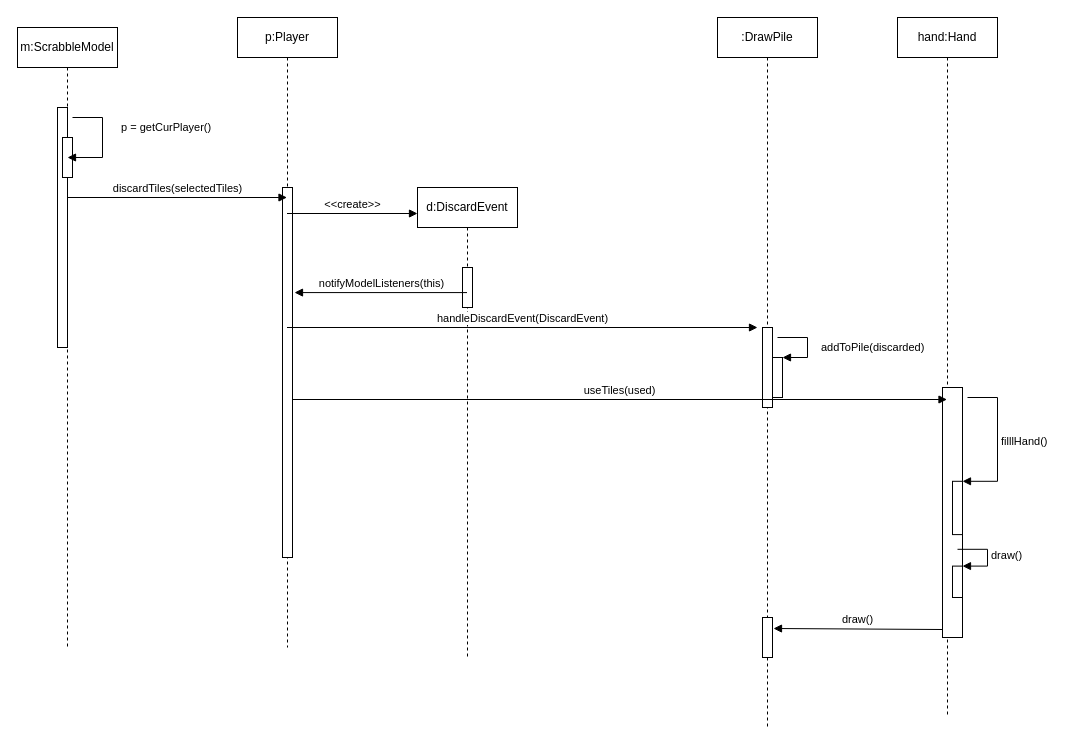
The draw.io diagram UML/SequenceDiagrams/handleDiscardSequence.drawio in trk20/Scuffle, before the edit. Source tidied: cells renumbered, new cells numbered last; positions are measured from the earlier drawing's top-left corner, leaving out a move shared by most shapes. Both pictures are drawn from the tidied source at 100%, with x=0, y=0 at pixel (17, 17).
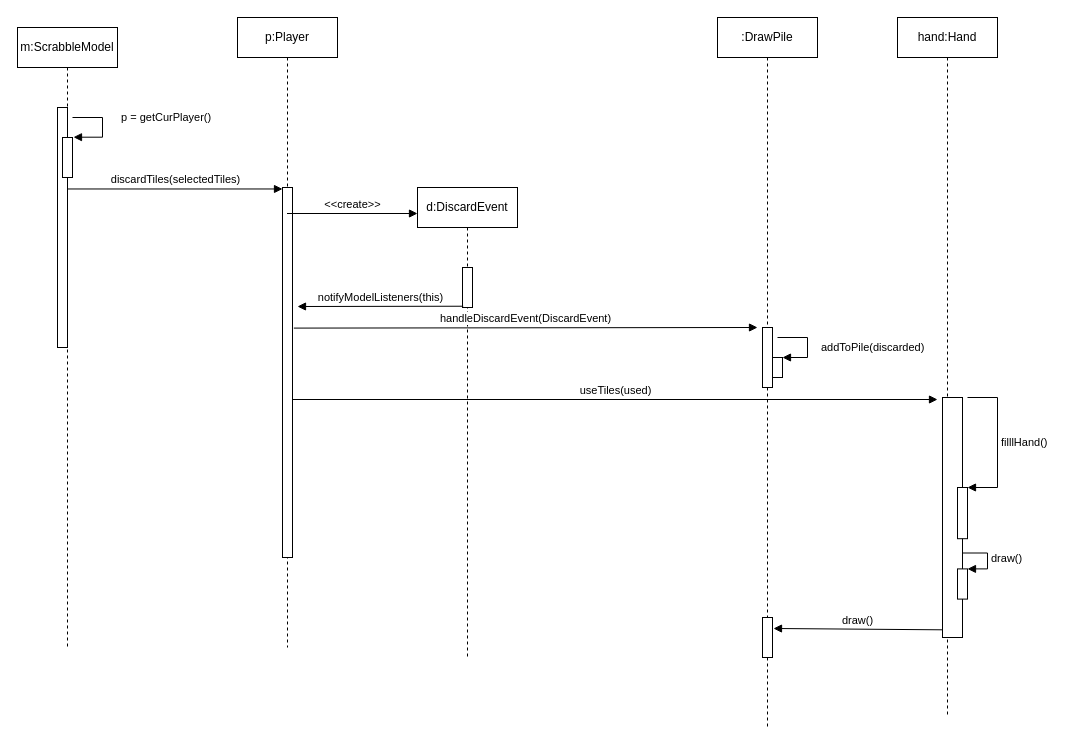
The same diagram, later.

Commit message (it also covers changes not shown here):
-Added pngs for remaining sequence diagrams -cleaned up a few diagrams

The change refers to these unchanged cells:
```xml
<mxCell id="2" value="m:ScrabbleModel" style="shape=umlLifeline;perimeter=lifelinePerimeter;whiteSpace=wrap;html=1;" parent="1" vertex="1">
  <mxGeometry y="10" width="100" height="620" as="geometry" />
</mxCell>
<mxCell id="3" style="html=1;points=[];perimeter=orthogonalPerimeter;" parent="2" vertex="1">
  <mxGeometry x="40" y="80" width="10" height="240" as="geometry" />
</mxCell>
<mxCell id="4" style="html=1;points=[];perimeter=orthogonalPerimeter;" parent="2" vertex="1">
  <mxGeometry x="45" y="110" width="10" height="40" as="geometry" />
</mxCell>
<mxCell id="6" value="p:Player" style="shape=umlLifeline;perimeter=lifelinePerimeter;whiteSpace=wrap;html=1;outlineConnect=0;" parent="1" vertex="1">
  <mxGeometry x="220" width="100" height="630" as="geometry" />
</mxCell>
<mxCell id="7" style="html=1;points=[];perimeter=orthogonalPerimeter;" parent="6" vertex="1">
  <mxGeometry x="45" y="170" width="10" height="370" as="geometry" />
</mxCell>
<mxCell id="10" value="d:DiscardEvent" style="shape=umlLifeline;perimeter=lifelinePerimeter;whiteSpace=wrap;html=1;outlineConnect=0;" parent="1" vertex="1">
  <mxGeometry x="400" y="170" width="100" height="470" as="geometry" />
</mxCell>
<mxCell id="11" style="html=1;points=[];perimeter=orthogonalPerimeter;" parent="10" vertex="1">
  <mxGeometry x="45" y="80" width="10" height="40" as="geometry" />
</mxCell>
<mxCell id="13" value=":DrawPile" style="shape=umlLifeline;perimeter=lifelinePerimeter;whiteSpace=wrap;html=1;" parent="1" vertex="1">
  <mxGeometry x="700" width="100" height="710" as="geometry" />
</mxCell>
<mxCell id="19" value="hand:Hand" style="shape=umlLifeline;perimeter=lifelinePerimeter;whiteSpace=wrap;html=1;outlineConnect=0;" parent="1" vertex="1">
  <mxGeometry x="880" width="100" height="700" as="geometry" />
</mxCell>
```

The edit, as a diff of the source:
```diff
@@
-    <mxCell id="5" value="p = getCurPlayer()" style="edgeStyle=orthogonalEdgeStyle;html=1;align=left;spacingLeft=2;endArrow=block;rounded=0;entryX=1;entryY=0;" parent="2" edge="1">
+    <mxCell id="5" value="p = getCurPlayer()" style="edgeStyle=orthogonalEdgeStyle;html=1;align=left;spacingLeft=2;endArrow=block;rounded=0;entryX=1.1;entryY=-0.008;entryDx=0;entryDy=0;entryPerimeter=0;" parent="2" edge="1" target="4">
       <mxGeometry x="-0.24" y="15" relative="1" as="geometry">
         <mxPoint x="55" y="90" as="sourcePoint" />
-        <mxPoint x="50" y="130" as="targetPoint" />
         <Array as="points">
           <mxPoint x="85" y="90" />
+          <mxPoint x="85" y="110" />
         </Array>
       </mxGeometry>
     </mxCell>
@@
-    <mxCell id="8" value="discardTiles(selectedTiles)" style="html=1;verticalAlign=bottom;endArrow=block;rounded=0;" parent="1" edge="1" target="6">
-      <mxGeometry relative="1" as="geometry">
-        <mxPoint x="50" y="180" as="sourcePoint" />
-      </mxGeometry>
+    <mxCell id="8" value="discardTiles(selectedTiles)" style="html=1;verticalAlign=bottom;endArrow=block;rounded=0;entryX=0;entryY=0.004;entryDx=0;entryDy=0;entryPerimeter=0;" parent="1" edge="1" source="3" target="7">
+      <mxGeometry relative="1" as="geometry" />
     </mxCell>
@@
-    <mxCell id="12" value="notifyModelListeners(this)" style="html=1;verticalAlign=bottom;endArrow=block;rounded=0;entryX=1.2;entryY=0.284;entryDx=0;entryDy=0;entryPerimeter=0;" parent="1" edge="1" source="10" target="7">
-      <mxGeometry relative="1" as="geometry" />
+    <mxCell id="12" value="notifyModelListeners(this)" style="html=1;verticalAlign=bottom;endArrow=block;rounded=0;exitX=0.072;exitY=0.968;exitDx=0;exitDy=0;exitPerimeter=0;" parent="1" edge="1" source="11">
+      <mxGeometry relative="1" as="geometry">
+        <mxPoint x="280" y="289" as="targetPoint" />
+      </mxGeometry>
     </mxCell>
@@
     <mxCell id="15" style="html=1;perimeter=orthogonalPerimeter;" parent="13" vertex="1">
-      <mxGeometry x="45" y="310" width="10" height="80" as="geometry" />
+      <mxGeometry x="45" y="310" width="10" height="60" as="geometry" />
     </mxCell>
@@
     <mxCell id="17" style="html=1;points=[];perimeter=orthogonalPerimeter;" parent="13" vertex="1">
-      <mxGeometry x="55" y="340" width="10" height="40" as="geometry" />
+      <mxGeometry x="55" y="340" width="10" height="20" as="geometry" />
     </mxCell>
-    <mxCell id="18" value="handleDiscardEvent(DiscardEvent)" style="html=1;verticalAlign=bottom;endArrow=block;rounded=0;" parent="1" edge="1" source="6">
+    <mxCell id="18" value="handleDiscardEvent(DiscardEvent)" style="html=1;verticalAlign=bottom;endArrow=block;rounded=0;exitX=1.133;exitY=0.38;exitDx=0;exitDy=0;exitPerimeter=0;" parent="1" edge="1" source="7">
       <mxGeometry relative="1" as="geometry">
         <mxPoint x="740" y="310" as="targetPoint" />
       </mxGeometry>
     </mxCell>
@@
     <mxCell id="20" style="html=1;points=[];perimeter=orthogonalPerimeter;" parent="19" vertex="1">
-      <mxGeometry x="45" y="370" width="20" height="250" as="geometry" />
+      <mxGeometry x="45" y="380" width="20" height="240" as="geometry" />
     </mxCell>
     <mxCell id="21" style="html=1;points=[];perimeter=orthogonalPerimeter;" parent="20" vertex="1">
-      <mxGeometry x="10" y="93.8" width="10" height="53.3" as="geometry" />
+      <mxGeometry x="15" y="90" width="10" height="51.2" as="geometry" />
     </mxCell>
     <mxCell id="22" style="html=1;points=[];perimeter=orthogonalPerimeter;" parent="20" vertex="1">
-      <mxGeometry x="10" y="178.6" width="10" height="31.4" as="geometry" />
+      <mxGeometry x="15" y="171.4" width="10" height="30.2" as="geometry" />
     </mxCell>
     <mxCell id="23" value="draw()" style="edgeStyle=orthogonalEdgeStyle;html=1;align=left;spacingLeft=2;endArrow=block;rounded=0;entryX=1;entryY=0;" parent="20" edge="1" target="22">
       <mxGeometry relative="1" as="geometry">
-        <mxPoint x="15" y="161.8" as="sourcePoint" />
+        <mxPoint x="20" y="155.5" as="sourcePoint" />
         <Array as="points">
-          <mxPoint x="45" y="161.8" />
+          <mxPoint x="45" y="155.3" />
         </Array>
       </mxGeometry>
     </mxCell>
@@
-    <mxCell id="25" value="useTiles(used)" style="html=1;verticalAlign=bottom;endArrow=block;rounded=0;exitX=1;exitY=0.573;exitDx=0;exitDy=0;exitPerimeter=0;" parent="1" edge="1" source="7" target="19">
-      <mxGeometry relative="1" as="geometry" />
+    <mxCell id="25" value="useTiles(used)" style="html=1;verticalAlign=bottom;endArrow=block;rounded=0;exitX=1;exitY=0.573;exitDx=0;exitDy=0;exitPerimeter=0;" parent="1" edge="1" source="7">
+      <mxGeometry relative="1" as="geometry">
+        <mxPoint x="920" y="382" as="targetPoint" />
+      </mxGeometry>
     </mxCell>
```
